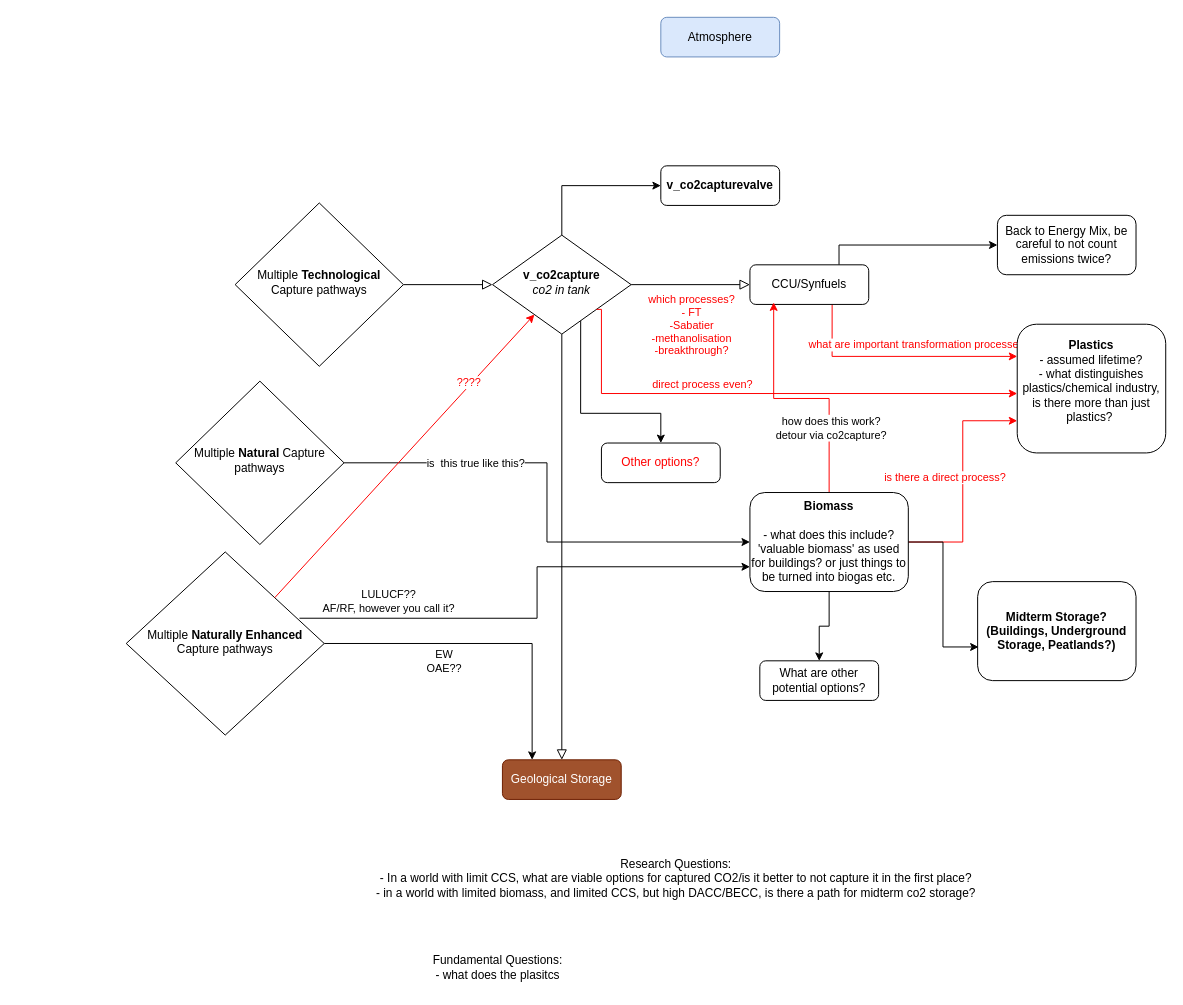
Earlier version of the draw.io diagram biomassplastics.drawio (robertsalzwedel/carma). Source tidied: cells renumbered, new cells numbered last; positions are measured from the earlier drawing's top-left corner, leaving out a move shared by most shapes. Both pictures are drawn from the tidied source at 99%, with x=0, y=0 at pixel (126, 17).
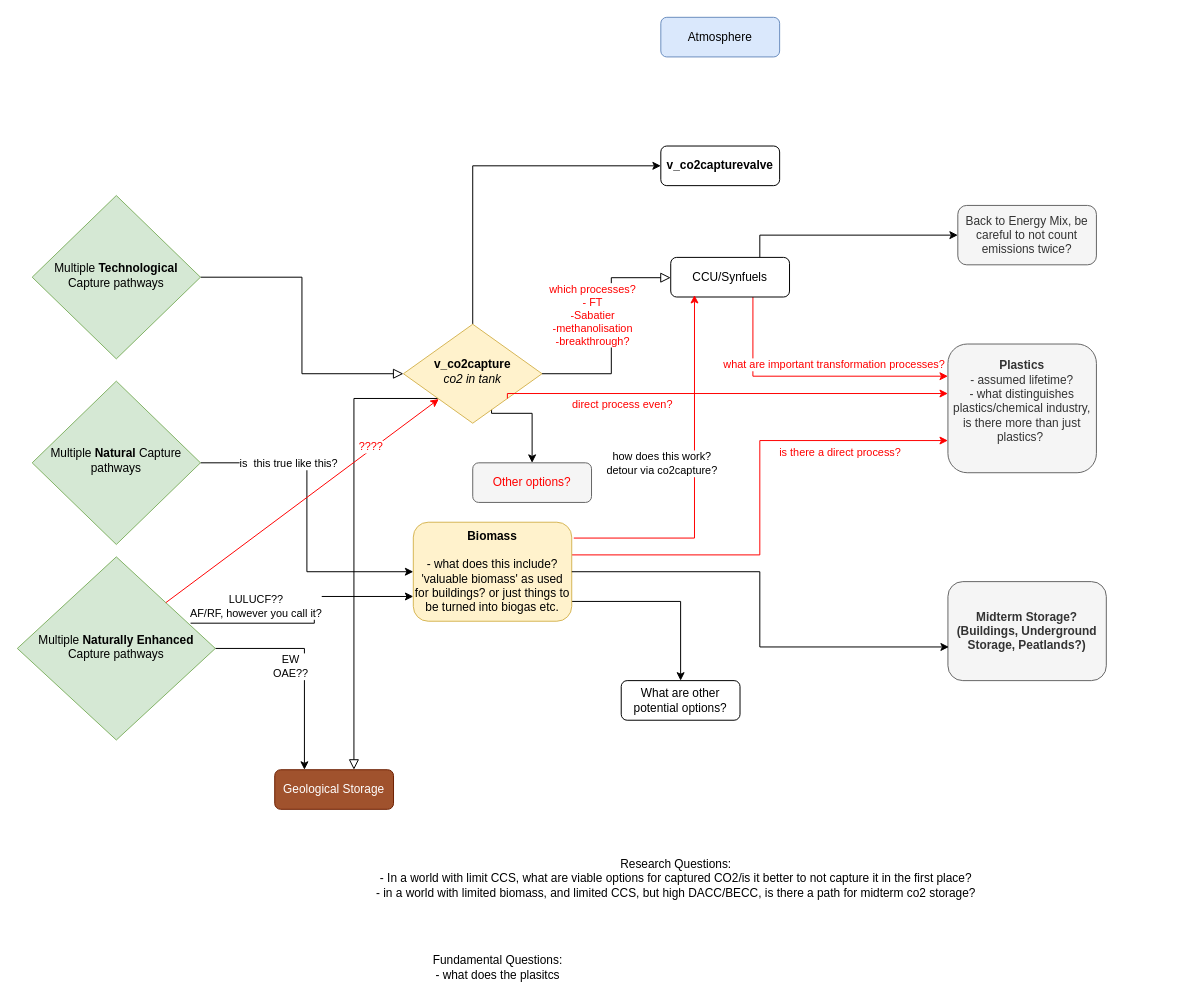
After the change.

Unchanged cells that the change refers to:
```xml
<mxCell id="37" style="edgeStyle=orthogonalEdgeStyle;rounded=0;jettySize=auto;html=1;entryX=0;entryY=0.75;entryDx=0;entryDy=0;exitX=0.875;exitY=0.362;exitDx=0;exitDy=0;exitPerimeter=0;" parent="1" edge="1" source="39" target="24">
  <mxGeometry relative="1" as="geometry" />
</mxCell>
```

Change to the diagram source:
```diff
@@
-    <mxCell id="3" value="Multiple &lt;b&gt;Technological&lt;/b&gt; Capture pathways" style="rhombus;whiteSpace=wrap;html=1;shadow=0;fontFamily=Helvetica;fontSize=12;align=center;strokeWidth=1;spacing=6;spacingTop=-4;" parent="1" vertex="1">
-      <mxGeometry x="110" y="187.5" width="170" height="165" as="geometry" />
+    <mxCell id="3" value="Multiple &lt;b&gt;Technological&lt;/b&gt; Capture pathways" style="rhombus;whiteSpace=wrap;html=1;shadow=0;fontFamily=Helvetica;fontSize=12;align=center;strokeWidth=1;spacing=6;spacingTop=-4;fillColor=#d5e8d4;strokeColor=#82b366;" parent="1" vertex="1">
+      <mxGeometry x="-95" y="180" width="170" height="165" as="geometry" />
     </mxCell>
-    <mxCell id="4" style="rounded=0;html=1;jettySize=auto;fontSize=11;endArrow=block;endFill=0;endSize=8;strokeWidth=1;shadow=0;labelBackgroundColor=none;edgeStyle=orthogonalEdgeStyle;" parent="1" edge="1" source="9" target="10">
-      <mxGeometry x="0.33" y="20" relative="1" as="geometry" />
+    <mxCell id="4" style="rounded=0;html=1;jettySize=auto;fontSize=11;endArrow=block;endFill=0;endSize=8;strokeWidth=1;shadow=0;labelBackgroundColor=none;edgeStyle=orthogonalEdgeStyle;exitX=0;exitY=1;exitDx=0;exitDy=0;" parent="1" edge="1" source="9" target="10">
+      <mxGeometry x="0.33" y="20" relative="1" as="geometry">
+        <Array as="points">
+          <mxPoint x="230" y="385" />
+        </Array>
+      </mxGeometry>
     </mxCell>
     <mxCell id="5" style="edgeStyle=orthogonalEdgeStyle;rounded=0;html=1;jettySize=auto;fontSize=11;endArrow=block;endFill=0;endSize=8;strokeWidth=1;shadow=0;labelBackgroundColor=none;" parent="1" edge="1" source="9" target="14">
-      <mxGeometry y="10" relative="1" as="geometry" />
+      <mxGeometry y="10" relative="1" as="geometry">
+        <Array as="points">
+          <mxPoint x="490" y="360" />
+          <mxPoint x="490" y="263" />
+        </Array>
+      </mxGeometry>
     </mxCell>
     <mxCell id="6" value="&lt;div&gt;&lt;span style=&quot;color: rgb(255, 0, 0);&quot;&gt;which processes?&lt;/span&gt;&lt;/div&gt;&lt;div&gt;&lt;span style=&quot;color: rgb(255, 0, 0);&quot;&gt;- FT&lt;/span&gt;&lt;/div&gt;&lt;div&gt;&lt;span style=&quot;color: rgb(255, 0, 0);&quot;&gt;-Sabatier&lt;/span&gt;&lt;/div&gt;&lt;div&gt;&lt;span style=&quot;color: rgb(255, 0, 0);&quot;&gt;-methanolisation&lt;/span&gt;&lt;/div&gt;&lt;div&gt;&lt;span style=&quot;color: rgb(255, 0, 0);&quot;&gt;-breakthrough?&lt;br&gt;&lt;/span&gt;&lt;/div&gt;" style="edgeLabel;html=1;align=center;verticalAlign=middle;" parent="5" vertex="1">
       <mxGeometry x="-0.15" y="-1" relative="1" as="geometry">
-        <mxPoint x="9" y="39" as="offset" />
+        <mxPoint x="-21" y="-34" as="offset" />
       </mxGeometry>
     </mxCell>
@@
     <mxCell id="8" style="edgeStyle=orthogonalEdgeStyle;rounded=0;jettySize=auto;html=1;exitX=0.636;exitY=0.83;exitDx=0;exitDy=0;exitPerimeter=0;entryX=0.5;entryY=0;entryDx=0;entryDy=0;" parent="1" edge="1" source="9" target="28">
       <mxGeometry relative="1" as="geometry">
         <Array as="points">
-          <mxPoint x="459" y="400" />
-          <mxPoint x="540" y="400" />
+          <mxPoint x="369" y="400" />
+          <mxPoint x="410" y="400" />
         </Array>
       </mxGeometry>
     </mxCell>
-    <mxCell id="9" value="&lt;div&gt;&lt;b&gt;v_co2capture&lt;/b&gt;&lt;/div&gt;&lt;div&gt;&lt;i&gt;co2 in tank&lt;b&gt;&lt;br&gt;&lt;/b&gt;&lt;/i&gt;&lt;/div&gt;" style="rhombus;whiteSpace=wrap;html=1;shadow=0;fontFamily=Helvetica;fontSize=12;align=center;strokeWidth=1;spacing=6;spacingTop=-4;" parent="1" vertex="1">
-      <mxGeometry x="370" y="220" width="140" height="100" as="geometry" />
+    <mxCell id="9" value="&lt;div&gt;&lt;b&gt;v_co2capture&lt;/b&gt;&lt;/div&gt;&lt;div&gt;&lt;i&gt;co2 in tank&lt;b&gt;&lt;br&gt;&lt;/b&gt;&lt;/i&gt;&lt;/div&gt;" style="rhombus;whiteSpace=wrap;html=1;shadow=0;fontFamily=Helvetica;fontSize=12;align=center;strokeWidth=1;spacing=6;spacingTop=-4;fillColor=#fff2cc;strokeColor=#d6b656;" parent="1" vertex="1">
+      <mxGeometry x="280" y="310" width="140" height="100" as="geometry" />
     </mxCell>
     <mxCell id="10" value="Geological Storage" style="rounded=1;whiteSpace=wrap;html=1;fontSize=12;glass=0;strokeWidth=1;shadow=0;fillColor=#a0522d;fontColor=#ffffff;strokeColor=#6D1F00;" parent="1" vertex="1">
-      <mxGeometry x="380" y="750" width="120" height="40" as="geometry" />
+      <mxGeometry x="150" y="760" width="120" height="40" as="geometry" />
     </mxCell>
@@
     <mxCell id="14" value="CCU/Synfuels" style="rounded=1;whiteSpace=wrap;html=1;fontSize=12;glass=0;strokeWidth=1;shadow=0;" parent="1" vertex="1">
-      <mxGeometry x="630" y="250" width="120" height="40" as="geometry" />
+      <mxGeometry x="550" y="242.5" width="120" height="40" as="geometry" />
     </mxCell>
     <mxCell id="15" value="&lt;div&gt;&lt;b&gt;v_co2capturevalve&lt;/b&gt;&lt;/div&gt;" style="rounded=1;whiteSpace=wrap;html=1;fontSize=12;glass=0;strokeWidth=1;shadow=0;" parent="1" vertex="1">
-      <mxGeometry x="540" y="150" width="120" height="40" as="geometry" />
+      <mxGeometry x="540" y="130" width="120" height="40" as="geometry" />
     </mxCell>
@@
-    <mxCell id="17" value="&lt;div&gt;&lt;b&gt;Plastics&lt;/b&gt;&lt;/div&gt;&lt;div&gt;- assumed lifetime?&lt;/div&gt;&lt;div&gt;- what distinguishes plastics/chemical industry, is there more than just plastics?&amp;nbsp; &lt;br&gt;&lt;/div&gt;&lt;div&gt;&lt;br&gt;&lt;/div&gt;" style="rounded=1;whiteSpace=wrap;html=1;fontSize=12;glass=0;strokeWidth=1;shadow=0;" parent="1" vertex="1">
-      <mxGeometry x="900" y="310" width="150" height="130" as="geometry" />
+    <mxCell id="17" value="&lt;div&gt;&lt;b&gt;Plastics&lt;/b&gt;&lt;/div&gt;&lt;div&gt;- assumed lifetime?&lt;/div&gt;&lt;div&gt;- what distinguishes plastics/chemical industry, is there more than just plastics?&amp;nbsp; &lt;br&gt;&lt;/div&gt;&lt;div&gt;&lt;br&gt;&lt;/div&gt;" style="rounded=1;whiteSpace=wrap;html=1;fontSize=12;glass=0;strokeWidth=1;shadow=0;fillColor=#f5f5f5;fontColor=#333333;strokeColor=#666666;" parent="1" vertex="1">
+      <mxGeometry x="830" y="330" width="150" height="130" as="geometry" />
     </mxCell>
-    <mxCell id="18" value="Back to Energy Mix, be careful to not count emissions twice?" style="rounded=1;whiteSpace=wrap;html=1;fontSize=12;glass=0;strokeWidth=1;shadow=0;" parent="1" vertex="1">
-      <mxGeometry x="880" y="200" width="140" height="60" as="geometry" />
+    <mxCell id="18" value="Back to Energy Mix, be careful to not count emissions twice?" style="rounded=1;whiteSpace=wrap;html=1;fontSize=12;glass=0;strokeWidth=1;shadow=0;fillColor=#f5f5f5;fontColor=#333333;strokeColor=#666666;" parent="1" vertex="1">
+      <mxGeometry x="840" y="190" width="140" height="60" as="geometry" />
     </mxCell>
-    <mxCell id="19" style="edgeStyle=orthogonalEdgeStyle;rounded=0;jettySize=auto;html=1;entryX=0.2;entryY=0.95;entryDx=0;entryDy=0;strokeColor=#FF0000;entryPerimeter=0;" parent="1" edge="1" source="24" target="14">
+    <mxCell id="19" style="edgeStyle=orthogonalEdgeStyle;rounded=0;jettySize=auto;html=1;entryX=0.2;entryY=0.95;entryDx=0;entryDy=0;strokeColor=#FF0000;entryPerimeter=0;exitX=1.013;exitY=0.16;exitDx=0;exitDy=0;exitPerimeter=0;" parent="1" edge="1" source="24" target="14">
       <mxGeometry relative="1" as="geometry" />
     </mxCell>
     <mxCell id="20" value="&lt;div&gt;how does this work?&lt;/div&gt;&lt;div&gt;detour via co2capture?&lt;br&gt;&lt;/div&gt;" style="edgeLabel;html=1;align=center;verticalAlign=middle;" parent="19" vertex="1">
-      <mxGeometry x="-0.47" y="-1" relative="1" as="geometry" />
+      <mxGeometry x="-0.47" y="-1" relative="1" as="geometry">
+        <mxPoint x="-9" y="-77" as="offset" />
+      </mxGeometry>
     </mxCell>
-    <mxCell id="21" style="edgeStyle=orthogonalEdgeStyle;rounded=0;jettySize=auto;html=1;entryX=0;entryY=0.75;entryDx=0;entryDy=0;exitX=1;exitY=0.5;exitDx=0;exitDy=0;strokeColor=#FF0000;" parent="1" edge="1" source="24" target="17">
+    <mxCell id="21" style="edgeStyle=orthogonalEdgeStyle;rounded=0;jettySize=auto;html=1;entryX=0;entryY=0.75;entryDx=0;entryDy=0;exitX=1;exitY=0.33;exitDx=0;exitDy=0;strokeColor=#FF0000;exitPerimeter=0;" parent="1" edge="1" source="24" target="17">
       <mxGeometry relative="1" as="geometry" />
     </mxCell>
     <mxCell id="22" value="&lt;span style=&quot;color: rgb(255, 0, 0);&quot;&gt;is there a direct process?&lt;br&gt;&lt;/span&gt;" style="edgeLabel;html=1;align=center;verticalAlign=middle;" parent="21" vertex="1">
       <mxGeometry x="0.19" y="4" relative="1" as="geometry">
-        <mxPoint x="-15" y="17" as="offset" />
+        <mxPoint x="84" y="1" as="offset" />
       </mxGeometry>
     </mxCell>
     <mxCell id="23" style="edgeStyle=orthogonalEdgeStyle;rounded=0;jettySize=auto;html=1;entryX=0.5;entryY=0;entryDx=0;entryDy=0;" parent="1" edge="1" source="24" target="27">
-      <mxGeometry relative="1" as="geometry" />
+      <mxGeometry relative="1" as="geometry">
+        <Array as="points">
+          <mxPoint x="560" y="590" />
+        </Array>
+      </mxGeometry>
     </mxCell>
-    <mxCell id="24" value="&lt;div&gt;&lt;b&gt;Biomass&lt;/b&gt;&lt;/div&gt;&lt;div&gt;&lt;br&gt;&lt;/div&gt;&lt;div&gt;- what does this include? &lt;br&gt;&lt;/div&gt;&lt;div&gt;'valuable biomass' as used for buildings? or just things to be turned into biogas etc.&lt;br&gt;&lt;/div&gt;" style="rounded=1;whiteSpace=wrap;html=1;fontSize=12;glass=0;strokeWidth=1;shadow=0;" parent="1" vertex="1">
-      <mxGeometry x="630" y="480" width="160" height="100" as="geometry" />
+    <mxCell id="24" value="&lt;div&gt;&lt;b&gt;Biomass&lt;/b&gt;&lt;/div&gt;&lt;div&gt;&lt;br&gt;&lt;/div&gt;&lt;div&gt;- what does this include? &lt;br&gt;&lt;/div&gt;&lt;div&gt;'valuable biomass' as used for buildings? or just things to be turned into biogas etc.&lt;br&gt;&lt;/div&gt;" style="rounded=1;whiteSpace=wrap;html=1;fontSize=12;glass=0;strokeWidth=1;shadow=0;fillColor=#fff2cc;strokeColor=#d6b656;" parent="1" vertex="1">
+      <mxGeometry x="290" y="510" width="160" height="100" as="geometry" />
     </mxCell>
     <mxCell id="25" style="edgeStyle=orthogonalEdgeStyle;rounded=0;jettySize=auto;html=1;exitX=1;exitY=1;exitDx=0;exitDy=0;strokeColor=#FF0000;" parent="1" edge="1" source="9" target="17">
       <mxGeometry relative="1" as="geometry">
         <Array as="points">
-          <mxPoint x="480" y="295" />
-          <mxPoint x="480" y="380" />
+          <mxPoint x="385" y="380" />
         </Array>
       </mxGeometry>
     </mxCell>
     <mxCell id="26" value="&lt;span style=&quot;color: rgb(255, 0, 0);&quot;&gt;direct process even?&lt;br&gt;&lt;/span&gt;" style="edgeLabel;html=1;align=center;verticalAlign=middle;" parent="25" vertex="1">
       <mxGeometry x="-0.15" y="2" relative="1" as="geometry">
-        <mxPoint x="-26" y="-8" as="offset" />
+        <mxPoint x="-71" y="12" as="offset" />
       </mxGeometry>
     </mxCell>
     <mxCell id="27" value="What are other potential options?" style="rounded=1;whiteSpace=wrap;html=1;fontSize=12;glass=0;strokeWidth=1;shadow=0;" parent="1" vertex="1">
-      <mxGeometry x="640" y="650" width="120" height="40" as="geometry" />
+      <mxGeometry x="500" y="670" width="120" height="40" as="geometry" />
     </mxCell>
-    <mxCell id="28" value="&lt;span style=&quot;color: rgb(255, 0, 0);&quot;&gt;Other options?&lt;br&gt;&lt;/span&gt;" style="rounded=1;whiteSpace=wrap;html=1;fontSize=12;glass=0;strokeWidth=1;shadow=0;" parent="1" vertex="1">
-      <mxGeometry x="480" y="430" width="120" height="40" as="geometry" />
+    <mxCell id="28" value="&lt;span style=&quot;color: rgb(255, 0, 0);&quot;&gt;Other options?&lt;br&gt;&lt;/span&gt;" style="rounded=1;whiteSpace=wrap;html=1;fontSize=12;glass=0;strokeWidth=1;shadow=0;fillColor=#f5f5f5;fontColor=#333333;strokeColor=#666666;" parent="1" vertex="1">
+      <mxGeometry x="350" y="450" width="120" height="40" as="geometry" />
     </mxCell>
@@
-    <mxCell id="30" value="&lt;b&gt;Midterm Storage? (Buildings, Underground Storage, Peatlands?)&lt;br&gt;&lt;/b&gt;" style="rounded=1;whiteSpace=wrap;html=1;fontSize=12;glass=0;strokeWidth=1;shadow=0;" parent="1" vertex="1">
-      <mxGeometry x="860" y="570" width="160" height="100" as="geometry" />
+    <mxCell id="30" value="&lt;b&gt;Midterm Storage? (Buildings, Underground Storage, Peatlands?)&lt;br&gt;&lt;/b&gt;" style="rounded=1;whiteSpace=wrap;html=1;fontSize=12;glass=0;strokeWidth=1;shadow=0;fillColor=#f5f5f5;fontColor=#333333;strokeColor=#666666;" parent="1" vertex="1">
+      <mxGeometry x="830" y="570" width="160" height="100" as="geometry" />
     </mxCell>
@@
-    <mxCell id="34" value="Multiple &lt;b&gt;Natural&lt;/b&gt; Capture pathways" style="rhombus;whiteSpace=wrap;html=1;shadow=0;fontFamily=Helvetica;fontSize=12;align=center;strokeWidth=1;spacing=6;spacingTop=-4;" parent="1" vertex="1">
-      <mxGeometry x="50" y="367.5" width="170" height="165" as="geometry" />
+    <mxCell id="34" value="Multiple &lt;b&gt;Natural&lt;/b&gt; Capture pathways" style="rhombus;whiteSpace=wrap;html=1;shadow=0;fontFamily=Helvetica;fontSize=12;align=center;strokeWidth=1;spacing=6;spacingTop=-4;fillColor=#d5e8d4;strokeColor=#82b366;" parent="1" vertex="1">
+      <mxGeometry x="-95" y="367.5" width="170" height="165" as="geometry" />
     </mxCell>
@@
     <mxCell id="38" value="LULUCF??&lt;br&gt;AF/RF, however you call it? " style="edgeLabel;html=1;align=center;verticalAlign=middle;" parent="37" vertex="1">
       <mxGeometry x="-0.65" y="2" relative="1" as="geometry">
-        <mxPoint y="-15" as="offset" />
+        <mxPoint x="21" y="-15" as="offset" />
       </mxGeometry>
     </mxCell>
-    <mxCell id="39" value="Multiple &lt;b&gt;Naturally Enhanced&lt;/b&gt; Capture pathways" style="rhombus;whiteSpace=wrap;html=1;shadow=0;fontFamily=Helvetica;fontSize=12;align=center;strokeWidth=1;spacing=6;spacingTop=-4;" parent="1" vertex="1">
-      <mxGeometry y="540" width="200" height="185" as="geometry" />
+    <mxCell id="39" value="Multiple &lt;b&gt;Naturally Enhanced&lt;/b&gt; Capture pathways" style="rhombus;whiteSpace=wrap;html=1;shadow=0;fontFamily=Helvetica;fontSize=12;align=center;strokeWidth=1;spacing=6;spacingTop=-4;fillColor=#d5e8d4;strokeColor=#82b366;" parent="1" vertex="1">
+      <mxGeometry x="-110" y="545" width="200" height="185" as="geometry" />
     </mxCell>
```
